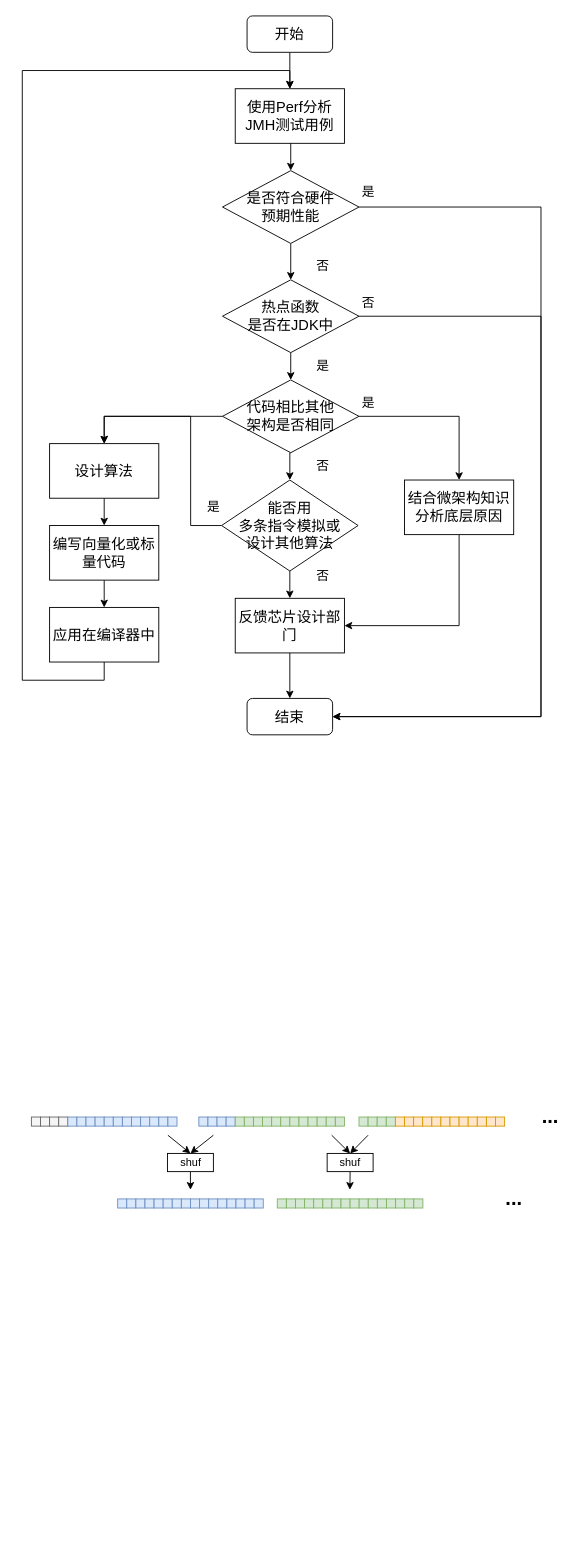
The draw.io diagram Optimization.drawio in f123888/Draw.IO, before the edit. Source tidied: cells renumbered, new cells numbered last; positions are measured from the earlier drawing's top-left corner, leaving out a move shared by most shapes. Both pictures are drawn from the tidied source at 91%, with x=0, y=0 at pixel (22, 15).
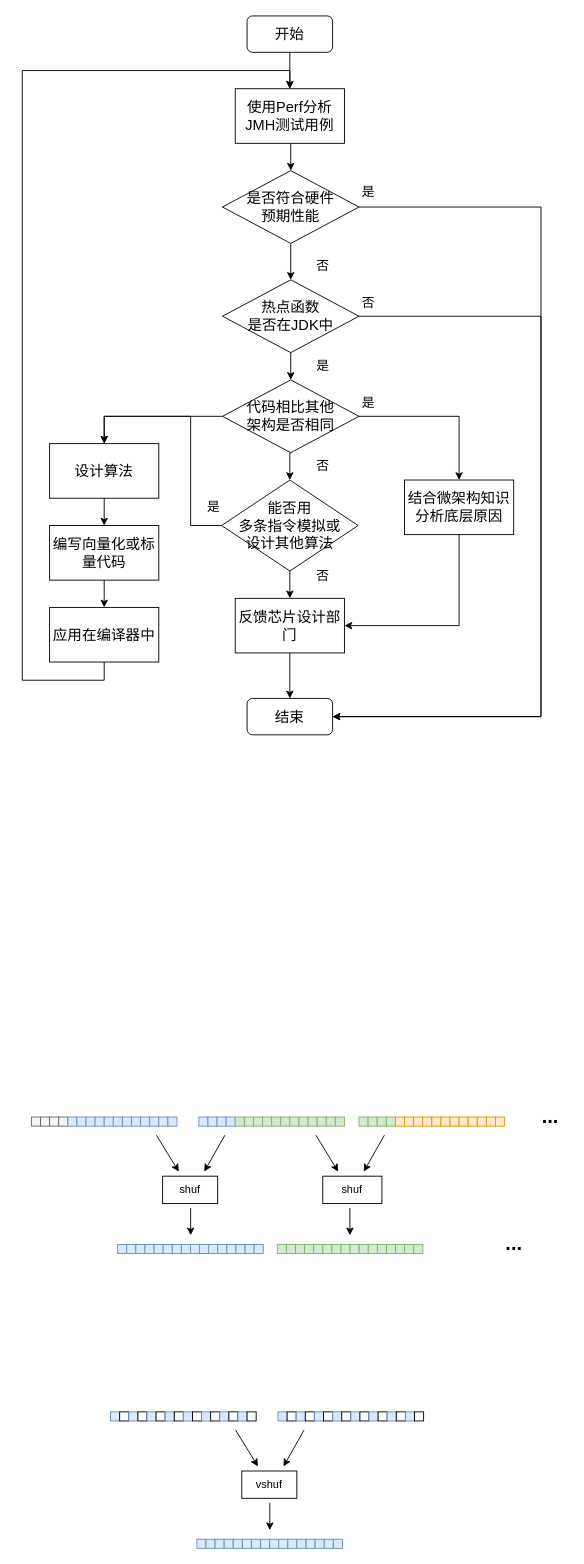
After the change.

The edit, as a diff of the source:
```diff
@@
     <mxCell id="86" style="rounded=0;whiteSpace=wrap;html=1;fillColor=#dae8fc;strokeColor=#6c8ebf;" parent="1" vertex="1">
-      <mxGeometry x="104.8" y="1300" width="10" height="10" as="geometry" />
+      <mxGeometry x="104.8" y="1350" width="10" height="10" as="geometry" />
     </mxCell>
     <mxCell id="87" style="rounded=0;whiteSpace=wrap;html=1;fillColor=#dae8fc;strokeColor=#6c8ebf;" parent="1" vertex="1">
-      <mxGeometry x="114.8" y="1300" width="10" height="10" as="geometry" />
+      <mxGeometry x="114.8" y="1350" width="10" height="10" as="geometry" />
     </mxCell>
     <mxCell id="88" style="rounded=0;whiteSpace=wrap;html=1;fillColor=#dae8fc;strokeColor=#6c8ebf;" parent="1" vertex="1">
-      <mxGeometry x="124.8" y="1300" width="10" height="10" as="geometry" />
+      <mxGeometry x="124.8" y="1350" width="10" height="10" as="geometry" />
     </mxCell>
     <mxCell id="89" style="rounded=0;whiteSpace=wrap;html=1;fillColor=#dae8fc;strokeColor=#6c8ebf;" parent="1" vertex="1">
-      <mxGeometry x="134.8" y="1300" width="10" height="10" as="geometry" />
+      <mxGeometry x="134.8" y="1350" width="10" height="10" as="geometry" />
     </mxCell>
     <mxCell id="90" style="rounded=0;whiteSpace=wrap;html=1;fillColor=#dae8fc;strokeColor=#6c8ebf;" parent="1" vertex="1">
-      <mxGeometry x="144.8" y="1300" width="10" height="10" as="geometry" />
+      <mxGeometry x="144.8" y="1350" width="10" height="10" as="geometry" />
     </mxCell>
     <mxCell id="91" style="rounded=0;whiteSpace=wrap;html=1;fillColor=#dae8fc;strokeColor=#6c8ebf;" parent="1" vertex="1">
-      <mxGeometry x="154.8" y="1300" width="10" height="10" as="geometry" />
+      <mxGeometry x="154.8" y="1350" width="10" height="10" as="geometry" />
     </mxCell>
     <mxCell id="92" style="rounded=0;whiteSpace=wrap;html=1;fillColor=#dae8fc;strokeColor=#6c8ebf;" parent="1" vertex="1">
-      <mxGeometry x="164.8" y="1300" width="10" height="10" as="geometry" />
+      <mxGeometry x="164.8" y="1350" width="10" height="10" as="geometry" />
     </mxCell>
     <mxCell id="93" style="rounded=0;whiteSpace=wrap;html=1;fillColor=#dae8fc;strokeColor=#6c8ebf;" parent="1" vertex="1">
-      <mxGeometry x="174.8" y="1300" width="10" height="10" as="geometry" />
+      <mxGeometry x="174.8" y="1350" width="10" height="10" as="geometry" />
     </mxCell>
     <mxCell id="94" style="rounded=0;whiteSpace=wrap;html=1;fillColor=#dae8fc;strokeColor=#6c8ebf;" parent="1" vertex="1">
-      <mxGeometry x="184.8" y="1300" width="10" height="10" as="geometry" />
+      <mxGeometry x="184.8" y="1350" width="10" height="10" as="geometry" />
     </mxCell>
     <mxCell id="95" style="rounded=0;whiteSpace=wrap;html=1;fillColor=#dae8fc;strokeColor=#6c8ebf;" parent="1" vertex="1">
-      <mxGeometry x="194.8" y="1300" width="10" height="10" as="geometry" />
+      <mxGeometry x="194.8" y="1350" width="10" height="10" as="geometry" />
     </mxCell>
     <mxCell id="96" style="rounded=0;whiteSpace=wrap;html=1;fillColor=#dae8fc;strokeColor=#6c8ebf;" parent="1" vertex="1">
-      <mxGeometry x="204.8" y="1300" width="10" height="10" as="geometry" />
+      <mxGeometry x="204.8" y="1350" width="10" height="10" as="geometry" />
     </mxCell>
     <mxCell id="97" style="rounded=0;whiteSpace=wrap;html=1;fillColor=#dae8fc;strokeColor=#6c8ebf;" parent="1" vertex="1">
-      <mxGeometry x="214.8" y="1300" width="10" height="10" as="geometry" />
+      <mxGeometry x="214.8" y="1350" width="10" height="10" as="geometry" />
     </mxCell>
     <mxCell id="98" style="rounded=0;whiteSpace=wrap;html=1;fillColor=#dae8fc;strokeColor=#6c8ebf;" parent="1" vertex="1">
-      <mxGeometry x="224.8" y="1300" width="10" height="10" as="geometry" />
+      <mxGeometry x="224.8" y="1350" width="10" height="10" as="geometry" />
     </mxCell>
     <mxCell id="99" style="rounded=0;whiteSpace=wrap;html=1;fillColor=#dae8fc;strokeColor=#6c8ebf;" parent="1" vertex="1">
-      <mxGeometry x="234.8" y="1300" width="10" height="10" as="geometry" />
+      <mxGeometry x="234.8" y="1350" width="10" height="10" as="geometry" />
     </mxCell>
     <mxCell id="100" style="rounded=0;whiteSpace=wrap;html=1;fillColor=#dae8fc;strokeColor=#6c8ebf;" parent="1" vertex="1">
-      <mxGeometry x="244.8" y="1300" width="10" height="10" as="geometry" />
+      <mxGeometry x="244.8" y="1350" width="10" height="10" as="geometry" />
     </mxCell>
     <mxCell id="101" style="rounded=0;whiteSpace=wrap;html=1;fillColor=#dae8fc;strokeColor=#6c8ebf;" parent="1" vertex="1">
-      <mxGeometry x="254.8" y="1300" width="10" height="10" as="geometry" />
+      <mxGeometry x="254.8" y="1350" width="10" height="10" as="geometry" />
     </mxCell>
     <mxCell id="102" style="rounded=0;whiteSpace=wrap;html=1;fillColor=#d5e8d4;strokeColor=#82b366;" parent="1" vertex="1">
-      <mxGeometry x="280.2" y="1300" width="10" height="10" as="geometry" />
+      <mxGeometry x="280.2" y="1350" width="10" height="10" as="geometry" />
     </mxCell>
     <mxCell id="103" style="rounded=0;whiteSpace=wrap;html=1;fillColor=#d5e8d4;strokeColor=#82b366;" parent="1" vertex="1">
-      <mxGeometry x="290.2" y="1300" width="10" height="10" as="geometry" />
+      <mxGeometry x="290.2" y="1350" width="10" height="10" as="geometry" />
     </mxCell>
     <mxCell id="104" style="rounded=0;whiteSpace=wrap;html=1;fillColor=#d5e8d4;strokeColor=#82b366;" parent="1" vertex="1">
-      <mxGeometry x="300.2" y="1300" width="10" height="10" as="geometry" />
+      <mxGeometry x="300.2" y="1350" width="10" height="10" as="geometry" />
     </mxCell>
     <mxCell id="105" style="rounded=0;whiteSpace=wrap;html=1;fillColor=#d5e8d4;strokeColor=#82b366;" parent="1" vertex="1">
-      <mxGeometry x="310.2" y="1300" width="10" height="10" as="geometry" />
+      <mxGeometry x="310.2" y="1350" width="10" height="10" as="geometry" />
     </mxCell>
     <mxCell id="106" style="rounded=0;whiteSpace=wrap;html=1;fillColor=#d5e8d4;strokeColor=#82b366;" parent="1" vertex="1">
-      <mxGeometry x="320.2" y="1300" width="10" height="10" as="geometry" />
+      <mxGeometry x="320.2" y="1350" width="10" height="10" as="geometry" />
     </mxCell>
     <mxCell id="107" style="rounded=0;whiteSpace=wrap;html=1;fillColor=#d5e8d4;strokeColor=#82b366;" parent="1" vertex="1">
-      <mxGeometry x="330.2" y="1300" width="10" height="10" as="geometry" />
+      <mxGeometry x="330.2" y="1350" width="10" height="10" as="geometry" />
     </mxCell>
     <mxCell id="108" style="rounded=0;whiteSpace=wrap;html=1;fillColor=#d5e8d4;strokeColor=#82b366;" parent="1" vertex="1">
-      <mxGeometry x="340.2" y="1300" width="10" height="10" as="geometry" />
+      <mxGeometry x="340.2" y="1350" width="10" height="10" as="geometry" />
     </mxCell>
     <mxCell id="109" style="rounded=0;whiteSpace=wrap;html=1;fillColor=#d5e8d4;strokeColor=#82b366;" parent="1" vertex="1">
-      <mxGeometry x="350.2" y="1300" width="10" height="10" as="geometry" />
+      <mxGeometry x="350.2" y="1350" width="10" height="10" as="geometry" />
     </mxCell>
     <mxCell id="110" style="rounded=0;whiteSpace=wrap;html=1;fillColor=#d5e8d4;strokeColor=#82b366;" parent="1" vertex="1">
-      <mxGeometry x="360.2" y="1300" width="10" height="10" as="geometry" />
+      <mxGeometry x="360.2" y="1350" width="10" height="10" as="geometry" />
     </mxCell>
     <mxCell id="111" style="rounded=0;whiteSpace=wrap;html=1;fillColor=#d5e8d4;strokeColor=#82b366;" parent="1" vertex="1">
-      <mxGeometry x="370.2" y="1300" width="10" height="10" as="geometry" />
+      <mxGeometry x="370.2" y="1350" width="10" height="10" as="geometry" />
     </mxCell>
     <mxCell id="112" style="rounded=0;whiteSpace=wrap;html=1;fillColor=#d5e8d4;strokeColor=#82b366;" parent="1" vertex="1">
-      <mxGeometry x="380.2" y="1300" width="10" height="10" as="geometry" />
+      <mxGeometry x="380.2" y="1350" width="10" height="10" as="geometry" />
     </mxCell>
     <mxCell id="113" style="rounded=0;whiteSpace=wrap;html=1;fillColor=#d5e8d4;strokeColor=#82b366;" parent="1" vertex="1">
-      <mxGeometry x="390.2" y="1300" width="10" height="10" as="geometry" />
+      <mxGeometry x="390.2" y="1350" width="10" height="10" as="geometry" />
     </mxCell>
     <mxCell id="114" style="rounded=0;whiteSpace=wrap;html=1;fillColor=#d5e8d4;strokeColor=#82b366;" parent="1" vertex="1">
-      <mxGeometry x="400.2" y="1300" width="10" height="10" as="geometry" />
+      <mxGeometry x="400.2" y="1350" width="10" height="10" as="geometry" />
     </mxCell>
     <mxCell id="115" style="rounded=0;whiteSpace=wrap;html=1;fillColor=#d5e8d4;strokeColor=#82b366;" parent="1" vertex="1">
-      <mxGeometry x="410.2" y="1300" width="10" height="10" as="geometry" />
+      <mxGeometry x="410.2" y="1350" width="10" height="10" as="geometry" />
     </mxCell>
     <mxCell id="116" style="rounded=0;whiteSpace=wrap;html=1;fillColor=#d5e8d4;strokeColor=#82b366;" parent="1" vertex="1">
-      <mxGeometry x="420.2" y="1300" width="10" height="10" as="geometry" />
+      <mxGeometry x="420.2" y="1350" width="10" height="10" as="geometry" />
     </mxCell>
     <mxCell id="117" style="rounded=0;whiteSpace=wrap;html=1;fillColor=#d5e8d4;strokeColor=#82b366;" parent="1" vertex="1">
-      <mxGeometry x="430.2" y="1300" width="10" height="10" as="geometry" />
+      <mxGeometry x="430.2" y="1350" width="10" height="10" as="geometry" />
     </mxCell>
-    <mxCell id="118" style="edgeStyle=orthogonalEdgeStyle;rounded=0;jettySize=auto;html=1;exitX=0.5;exitY=1;exitDx=0;exitDy=0;" parent="1" edge="1" source="119">
+    <mxCell id="118" style="edgeStyle=orthogonalEdgeStyle;rounded=0;orthogonalLoop=1;jettySize=auto;html=1;" parent="1" edge="1">
       <mxGeometry relative="1" as="geometry">
-        <mxPoint x="184.8" y="1290" as="targetPoint" />
+        <mxPoint x="185" y="1310" as="sourcePoint" />
+        <mxPoint x="185" y="1340" as="targetPoint" />
       </mxGeometry>
     </mxCell>
     <mxCell id="119" value="shuf" style="rounded=0;whiteSpace=wrap;html=1;" parent="1" vertex="1">
-      <mxGeometry x="159.5" y="1250" width="50.5" height="20" as="geometry" />
+      <mxGeometry x="154.2" y="1275" width="60.5" height="30" as="geometry" />
     </mxCell>
-    <mxCell id="120" style="edgeStyle=orthogonalEdgeStyle;rounded=0;jettySize=auto;html=1;exitX=0.5;exitY=1;exitDx=0;exitDy=0;" parent="1" edge="1" source="121">
+    <mxCell id="120" style="edgeStyle=orthogonalEdgeStyle;rounded=0;orthogonalLoop=1;jettySize=auto;html=1;exitX=0.5;exitY=1;exitDx=0;exitDy=0;" parent="1" edge="1">
       <mxGeometry relative="1" as="geometry">
-        <mxPoint x="360" y="1290" as="targetPoint" />
+        <mxPoint x="360" y="1310" as="sourcePoint" />
+        <mxPoint x="360" y="1340" as="targetPoint" />
       </mxGeometry>
     </mxCell>
     <mxCell id="121" value="shuf" style="rounded=0;whiteSpace=wrap;html=1;" parent="1" vertex="1">
-      <mxGeometry x="335" y="1250" width="50.5" height="20" as="geometry" />
+      <mxGeometry x="330.2" y="1275" width="65" height="30" as="geometry" />
     </mxCell>
@@
     <mxCell id="123" value="&lt;font style=&quot;font-size: 22px;&quot;&gt;&lt;b&gt;...&lt;/b&gt;&lt;/font&gt;" style="text;html=1;align=center;verticalAlign=middle;strokeColor=none;fillColor=none;" parent="1" vertex="1">
-      <mxGeometry x="520" y="1280" width="40" height="40" as="geometry" />
+      <mxGeometry x="520" y="1330" width="40" height="40" as="geometry" />
     </mxCell>
-    <mxCell id="124" style="endArrow=classic;html=1;rounded=0;entryX=0.5;entryY=0;entryDx=0;entryDy=0;" parent="1" edge="1" target="119">
+    <mxCell id="124" style="endArrow=classic;html=1;rounded=0;" parent="1" edge="1">
       <mxGeometry relative="1" as="geometry">
-        <mxPoint x="160" y="1230" as="sourcePoint" />
+        <mxPoint x="147.4" y="1230" as="sourcePoint" />
+        <mxPoint x="172" y="1270" as="targetPoint" />
       </mxGeometry>
     </mxCell>
-    <mxCell id="125" style="endArrow=classic;html=1;rounded=0;entryX=0.5;entryY=0;entryDx=0;entryDy=0;" parent="1" edge="1" target="119">
+    <mxCell id="125" style="endArrow=classic;html=1;rounded=0;" parent="1" edge="1">
       <mxGeometry relative="1" as="geometry">
-        <mxPoint x="210" y="1230" as="sourcePoint" />
+        <mxPoint x="222.6" y="1230" as="sourcePoint" />
+        <mxPoint x="200" y="1270" as="targetPoint" />
       </mxGeometry>
     </mxCell>
-    <mxCell id="126" style="endArrow=classic;html=1;rounded=0;entryX=0.5;entryY=0;entryDx=0;entryDy=0;" parent="1" edge="1" target="121">
-      <mxGeometry relative="1" as="geometry">
-        <mxPoint x="340" y="1230" as="sourcePoint" />
-      </mxGeometry>
-    </mxCell>
-    <mxCell id="127" style="endArrow=classic;html=1;rounded=0;entryX=0.5;entryY=0;entryDx=0;entryDy=0;" parent="1" edge="1" target="121">
-      <mxGeometry relative="1" as="geometry">
-        <mxPoint x="380" y="1230" as="sourcePoint" />
-      </mxGeometry>
-    </mxCell>
+    <mxCell id="128" style="endArrow=classic;html=1;rounded=0;" parent="1" edge="1">
+      <mxGeometry relative="1" as="geometry">
+        <mxPoint x="322.6" y="1230" as="sourcePoint" />
+        <mxPoint x="347.2" y="1270" as="targetPoint" />
+      </mxGeometry>
+    </mxCell>
+    <mxCell id="129" style="endArrow=classic;html=1;rounded=0;" parent="1" edge="1">
+      <mxGeometry relative="1" as="geometry">
+        <mxPoint x="397.9" y="1230" as="sourcePoint" />
+        <mxPoint x="375.2" y="1270" as="targetPoint" />
+      </mxGeometry>
+    </mxCell>
+    <mxCell id="130" style="rounded=0;whiteSpace=wrap;html=1;fillColor=#dae8fc;strokeColor=#6c8ebf;" parent="1" vertex="1">
+      <mxGeometry x="97" y="1534" width="10" height="10" as="geometry" />
+    </mxCell>
+    <mxCell id="131" style="rounded=0;whiteSpace=wrap;html=1;" parent="1" vertex="1">
+      <mxGeometry x="107" y="1534" width="10" height="10" as="geometry" />
+    </mxCell>
+    <mxCell id="132" style="rounded=0;whiteSpace=wrap;html=1;fillColor=#dae8fc;strokeColor=#6c8ebf;" parent="1" vertex="1">
+      <mxGeometry x="117" y="1534" width="10" height="10" as="geometry" />
+    </mxCell>
+    <mxCell id="133" style="rounded=0;whiteSpace=wrap;html=1;" parent="1" vertex="1">
+      <mxGeometry x="127" y="1534" width="10" height="10" as="geometry" />
+    </mxCell>
+    <mxCell id="134" style="rounded=0;whiteSpace=wrap;html=1;fillColor=#dae8fc;strokeColor=#6c8ebf;" parent="1" vertex="1">
+      <mxGeometry x="137" y="1534" width="10" height="10" as="geometry" />
+    </mxCell>
+    <mxCell id="135" style="rounded=0;whiteSpace=wrap;html=1;" parent="1" vertex="1">
+      <mxGeometry x="147" y="1534" width="10" height="10" as="geometry" />
+    </mxCell>
+    <mxCell id="136" style="rounded=0;whiteSpace=wrap;html=1;fillColor=#dae8fc;strokeColor=#6c8ebf;" parent="1" vertex="1">
+      <mxGeometry x="157" y="1534" width="10" height="10" as="geometry" />
+    </mxCell>
+    <mxCell id="137" style="rounded=0;whiteSpace=wrap;html=1;" parent="1" vertex="1">
+      <mxGeometry x="167" y="1534" width="10" height="10" as="geometry" />
+    </mxCell>
+    <mxCell id="138" style="rounded=0;whiteSpace=wrap;html=1;fillColor=#dae8fc;strokeColor=#6c8ebf;" parent="1" vertex="1">
+      <mxGeometry x="177" y="1534" width="10" height="10" as="geometry" />
+    </mxCell>
+    <mxCell id="139" style="rounded=0;whiteSpace=wrap;html=1;" parent="1" vertex="1">
+      <mxGeometry x="187" y="1534" width="10" height="10" as="geometry" />
+    </mxCell>
+    <mxCell id="140" style="rounded=0;whiteSpace=wrap;html=1;fillColor=#dae8fc;strokeColor=#6c8ebf;" parent="1" vertex="1">
+      <mxGeometry x="197" y="1534" width="10" height="10" as="geometry" />
+    </mxCell>
+    <mxCell id="141" style="rounded=0;whiteSpace=wrap;html=1;" parent="1" vertex="1">
+      <mxGeometry x="207" y="1534" width="10" height="10" as="geometry" />
+    </mxCell>
+    <mxCell id="142" style="rounded=0;whiteSpace=wrap;html=1;fillColor=#dae8fc;strokeColor=#6c8ebf;" parent="1" vertex="1">
+      <mxGeometry x="217" y="1534" width="10" height="10" as="geometry" />
+    </mxCell>
+    <mxCell id="143" style="rounded=0;whiteSpace=wrap;html=1;" parent="1" vertex="1">
+      <mxGeometry x="227" y="1534" width="10" height="10" as="geometry" />
+    </mxCell>
+    <mxCell id="144" style="rounded=0;whiteSpace=wrap;html=1;fillColor=#dae8fc;strokeColor=#6c8ebf;" parent="1" vertex="1">
+      <mxGeometry x="237" y="1534" width="10" height="10" as="geometry" />
+    </mxCell>
+    <mxCell id="145" style="rounded=0;whiteSpace=wrap;html=1;" parent="1" vertex="1">
+      <mxGeometry x="247" y="1534" width="10" height="10" as="geometry" />
+    </mxCell>
+    <mxCell id="146" style="rounded=0;whiteSpace=wrap;html=1;fillColor=#dae8fc;strokeColor=#6c8ebf;" parent="1" vertex="1">
+      <mxGeometry x="281" y="1534" width="10" height="10" as="geometry" />
+    </mxCell>
+    <mxCell id="147" style="rounded=0;whiteSpace=wrap;html=1;" parent="1" vertex="1">
+      <mxGeometry x="291" y="1534" width="10" height="10" as="geometry" />
+    </mxCell>
+    <mxCell id="148" style="rounded=0;whiteSpace=wrap;html=1;fillColor=#dae8fc;strokeColor=#6c8ebf;" parent="1" vertex="1">
+      <mxGeometry x="301" y="1534" width="10" height="10" as="geometry" />
+    </mxCell>
+    <mxCell id="149" style="rounded=0;whiteSpace=wrap;html=1;" parent="1" vertex="1">
+      <mxGeometry x="311" y="1534" width="10" height="10" as="geometry" />
+    </mxCell>
+    <mxCell id="150" style="rounded=0;whiteSpace=wrap;html=1;fillColor=#dae8fc;strokeColor=#6c8ebf;" parent="1" vertex="1">
+      <mxGeometry x="321" y="1534" width="10" height="10" as="geometry" />
+    </mxCell>
+    <mxCell id="151" style="rounded=0;whiteSpace=wrap;html=1;" parent="1" vertex="1">
+      <mxGeometry x="331" y="1534" width="10" height="10" as="geometry" />
+    </mxCell>
+    <mxCell id="152" style="rounded=0;whiteSpace=wrap;html=1;fillColor=#dae8fc;strokeColor=#6c8ebf;" parent="1" vertex="1">
+      <mxGeometry x="341" y="1534" width="10" height="10" as="geometry" />
+    </mxCell>
+    <mxCell id="153" style="rounded=0;whiteSpace=wrap;html=1;" parent="1" vertex="1">
+      <mxGeometry x="351" y="1534" width="10" height="10" as="geometry" />
+    </mxCell>
+    <mxCell id="154" style="rounded=0;whiteSpace=wrap;html=1;fillColor=#dae8fc;strokeColor=#6c8ebf;" parent="1" vertex="1">
+      <mxGeometry x="361" y="1534" width="10" height="10" as="geometry" />
+    </mxCell>
+    <mxCell id="155" style="rounded=0;whiteSpace=wrap;html=1;" parent="1" vertex="1">
+      <mxGeometry x="371" y="1534" width="10" height="10" as="geometry" />
+    </mxCell>
+    <mxCell id="156" style="rounded=0;whiteSpace=wrap;html=1;fillColor=#dae8fc;strokeColor=#6c8ebf;" parent="1" vertex="1">
+      <mxGeometry x="381" y="1534" width="10" height="10" as="geometry" />
+    </mxCell>
+    <mxCell id="157" style="rounded=0;whiteSpace=wrap;html=1;" parent="1" vertex="1">
+      <mxGeometry x="391" y="1534" width="10" height="10" as="geometry" />
+    </mxCell>
+    <mxCell id="158" style="rounded=0;whiteSpace=wrap;html=1;fillColor=#dae8fc;strokeColor=#6c8ebf;" parent="1" vertex="1">
+      <mxGeometry x="401" y="1534" width="10" height="10" as="geometry" />
+    </mxCell>
+    <mxCell id="159" style="rounded=0;whiteSpace=wrap;html=1;" parent="1" vertex="1">
+      <mxGeometry x="411" y="1534" width="10" height="10" as="geometry" />
+    </mxCell>
+    <mxCell id="160" style="rounded=0;whiteSpace=wrap;html=1;fillColor=#dae8fc;strokeColor=#6c8ebf;" parent="1" vertex="1">
+      <mxGeometry x="421" y="1534" width="10" height="10" as="geometry" />
+    </mxCell>
+    <mxCell id="161" style="rounded=0;whiteSpace=wrap;html=1;" parent="1" vertex="1">
+      <mxGeometry x="431" y="1534" width="10" height="10" as="geometry" />
+    </mxCell>
+    <mxCell id="162" style="rounded=0;whiteSpace=wrap;html=1;fillColor=#dae8fc;strokeColor=#6c8ebf;" parent="1" vertex="1">
+      <mxGeometry x="191.8" y="1674" width="10" height="10" as="geometry" />
+    </mxCell>
+    <mxCell id="163" style="rounded=0;whiteSpace=wrap;html=1;fillColor=#dae8fc;strokeColor=#6c8ebf;" parent="1" vertex="1">
+      <mxGeometry x="201.8" y="1674" width="10" height="10" as="geometry" />
+    </mxCell>
+    <mxCell id="164" style="rounded=0;whiteSpace=wrap;html=1;fillColor=#dae8fc;strokeColor=#6c8ebf;" parent="1" vertex="1">
+      <mxGeometry x="211.8" y="1674" width="10" height="10" as="geometry" />
+    </mxCell>
+    <mxCell id="165" style="rounded=0;whiteSpace=wrap;html=1;fillColor=#dae8fc;strokeColor=#6c8ebf;" parent="1" vertex="1">
+      <mxGeometry x="221.8" y="1674" width="10" height="10" as="geometry" />
+    </mxCell>
+    <mxCell id="166" style="rounded=0;whiteSpace=wrap;html=1;fillColor=#dae8fc;strokeColor=#6c8ebf;" parent="1" vertex="1">
+      <mxGeometry x="231.8" y="1674" width="10" height="10" as="geometry" />
+    </mxCell>
+    <mxCell id="167" style="rounded=0;whiteSpace=wrap;html=1;fillColor=#dae8fc;strokeColor=#6c8ebf;" parent="1" vertex="1">
+      <mxGeometry x="241.8" y="1674" width="10" height="10" as="geometry" />
+    </mxCell>
+    <mxCell id="168" style="rounded=0;whiteSpace=wrap;html=1;fillColor=#dae8fc;strokeColor=#6c8ebf;" parent="1" vertex="1">
+      <mxGeometry x="251.8" y="1674" width="10" height="10" as="geometry" />
+    </mxCell>
+    <mxCell id="169" style="rounded=0;whiteSpace=wrap;html=1;fillColor=#dae8fc;strokeColor=#6c8ebf;" parent="1" vertex="1">
+      <mxGeometry x="261.8" y="1674" width="10" height="10" as="geometry" />
+    </mxCell>
+    <mxCell id="170" style="rounded=0;whiteSpace=wrap;html=1;fillColor=#dae8fc;strokeColor=#6c8ebf;" parent="1" vertex="1">
+      <mxGeometry x="271.8" y="1674" width="10" height="10" as="geometry" />
+    </mxCell>
+    <mxCell id="171" style="rounded=0;whiteSpace=wrap;html=1;fillColor=#dae8fc;strokeColor=#6c8ebf;" parent="1" vertex="1">
+      <mxGeometry x="281.8" y="1674" width="10" height="10" as="geometry" />
+    </mxCell>
+    <mxCell id="172" style="rounded=0;whiteSpace=wrap;html=1;fillColor=#dae8fc;strokeColor=#6c8ebf;" parent="1" vertex="1">
+      <mxGeometry x="291.8" y="1674" width="10" height="10" as="geometry" />
+    </mxCell>
+    <mxCell id="173" style="rounded=0;whiteSpace=wrap;html=1;fillColor=#dae8fc;strokeColor=#6c8ebf;" parent="1" vertex="1">
+      <mxGeometry x="301.8" y="1674" width="10" height="10" as="geometry" />
+    </mxCell>
+    <mxCell id="174" style="rounded=0;whiteSpace=wrap;html=1;fillColor=#dae8fc;strokeColor=#6c8ebf;" parent="1" vertex="1">
+      <mxGeometry x="311.8" y="1674" width="10" height="10" as="geometry" />
+    </mxCell>
+    <mxCell id="175" style="rounded=0;whiteSpace=wrap;html=1;fillColor=#dae8fc;strokeColor=#6c8ebf;" parent="1" vertex="1">
+      <mxGeometry x="321.8" y="1674" width="10" height="10" as="geometry" />
+    </mxCell>
+    <mxCell id="176" style="rounded=0;whiteSpace=wrap;html=1;fillColor=#dae8fc;strokeColor=#6c8ebf;" parent="1" vertex="1">
+      <mxGeometry x="331.8" y="1674" width="10" height="10" as="geometry" />
+    </mxCell>
+    <mxCell id="177" style="rounded=0;whiteSpace=wrap;html=1;fillColor=#dae8fc;strokeColor=#6c8ebf;" parent="1" vertex="1">
+      <mxGeometry x="341.8" y="1674" width="10" height="10" as="geometry" />
+    </mxCell>
+    <mxCell id="178" style="edgeStyle=orthogonalEdgeStyle;rounded=0;orthogonalLoop=1;jettySize=auto;html=1;" parent="1" edge="1">
+      <mxGeometry relative="1" as="geometry">
+        <mxPoint x="272" y="1634" as="sourcePoint" />
+        <mxPoint x="272" y="1664" as="targetPoint" />
+      </mxGeometry>
+    </mxCell>
+    <mxCell id="179" value="vshuf" style="rounded=0;whiteSpace=wrap;html=1;" parent="1" vertex="1">
+      <mxGeometry x="241.2" y="1599" width="60.5" height="30" as="geometry" />
+    </mxCell>
+    <mxCell id="180" style="endArrow=classic;html=1;rounded=0;" parent="1" edge="1">
+      <mxGeometry relative="1" as="geometry">
+        <mxPoint x="234.4" y="1554" as="sourcePoint" />
+        <mxPoint x="259" y="1594" as="targetPoint" />
+      </mxGeometry>
+    </mxCell>
+    <mxCell id="181" style="endArrow=classic;html=1;rounded=0;" parent="1" edge="1">
+      <mxGeometry relative="1" as="geometry">
+        <mxPoint x="309.6" y="1554" as="sourcePoint" />
+        <mxPoint x="287" y="1594" as="targetPoint" />
+      </mxGeometry>
+    </mxCell>
```
